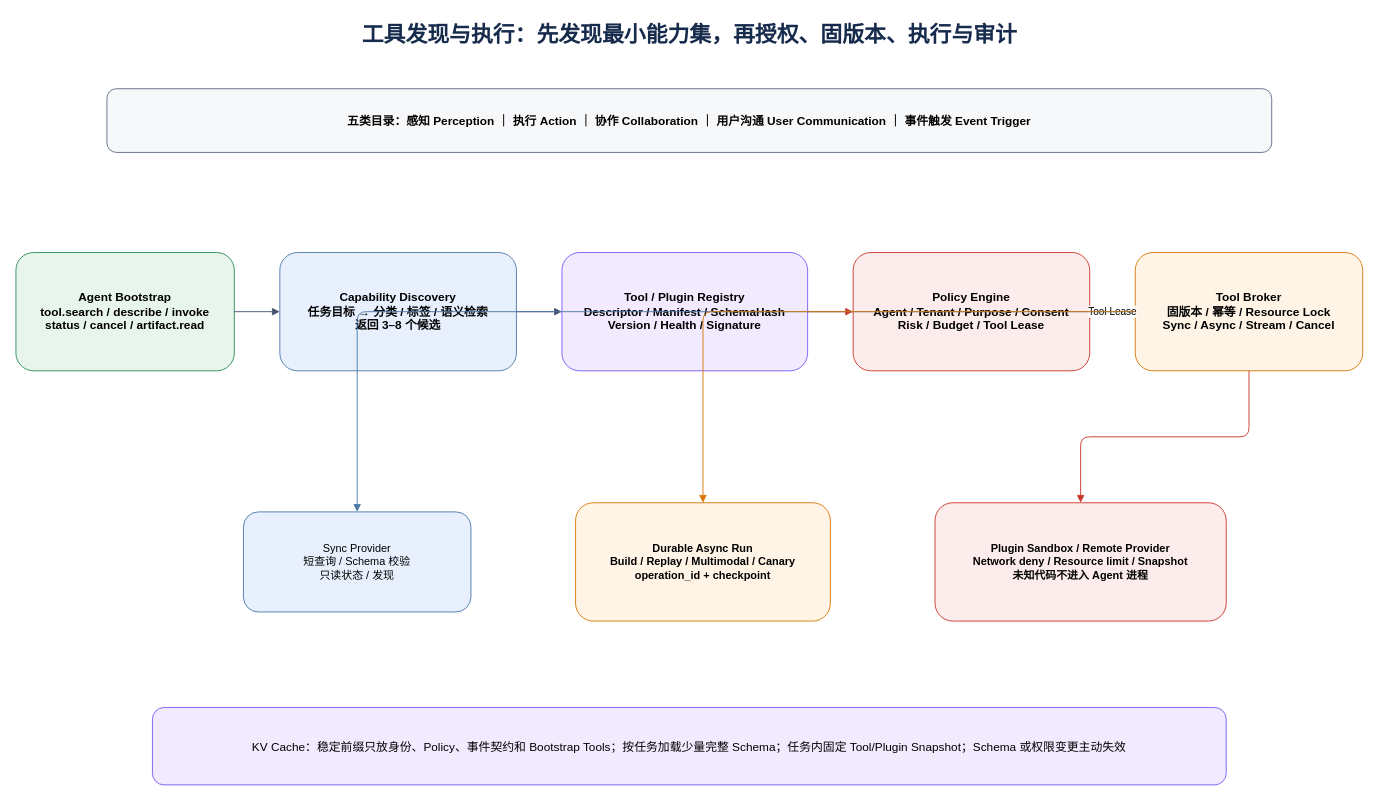
Qfish-417/Firefly keeps this draw.io diagram as page "05-工具与插件执行" (5 of 8) of FireFly-QuestLab-目标架构-v3.drawio. Above is the earlier version. Source tidied: cells renumbered, new cells numbered last; positions are measured from the earlier drawing's top-left corner, leaving out a move shared by most shapes. Both pictures are drawn from the tidied source at 91%, with x=0, y=0 at pixel (15, 15).
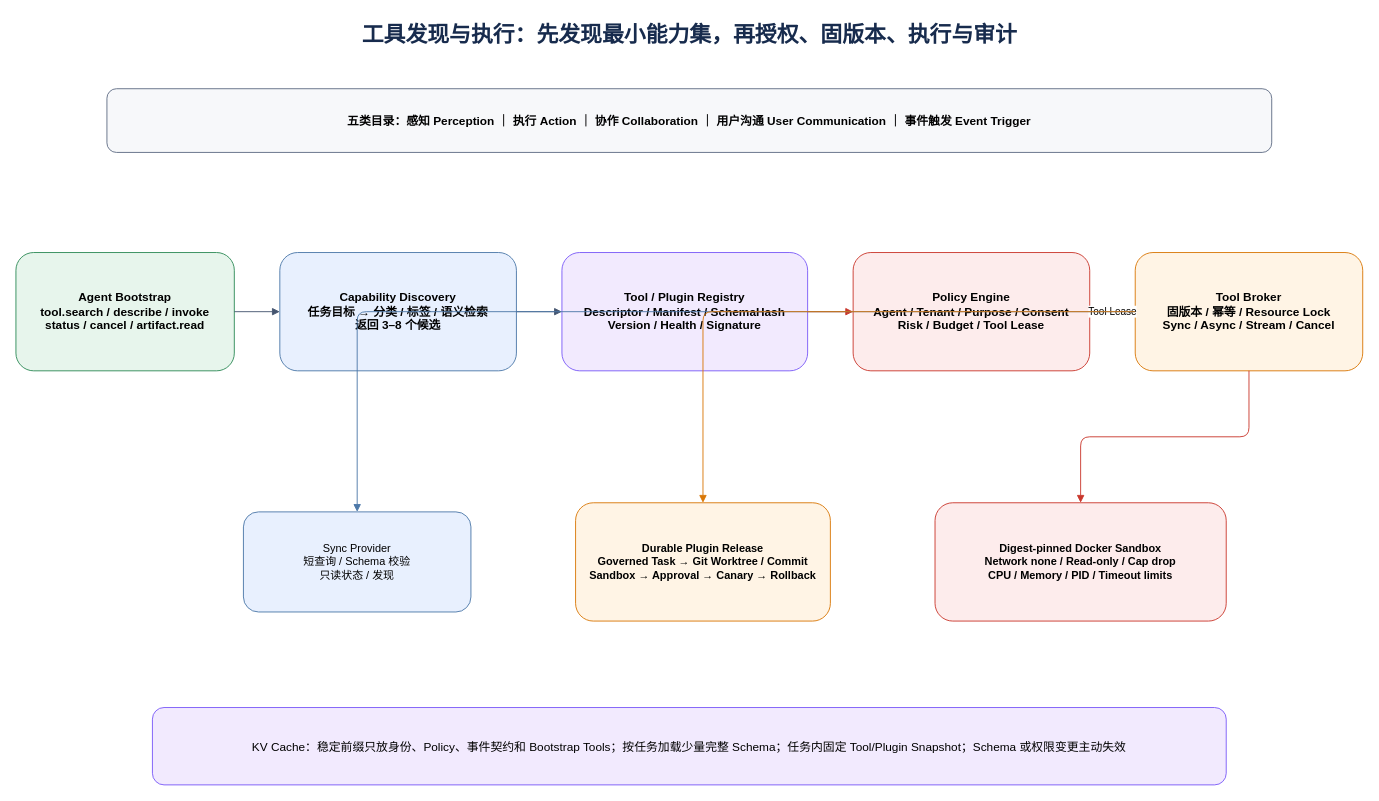
Above is the later version.

Diff of the diagram source:
```diff
@@
 <mxGraphModel>
   <root>
     <mxCell id="0" />
     <mxCell id="1" parent="0" />
     <mxCell id="2" value="工具发现与执行：先发现最小能力集，再授权、固版本、执行与审计" style="text;html=1;align=center;fontSize=24;fontStyle=1;fontColor=#172B4D;" parent="1" vertex="1">
       <mxGeometry x="150" width="1180" height="50" as="geometry" />
     </mxCell>
     <mxCell id="3" value="五类目录：感知 Perception ｜ 执行 Action ｜ 协作 Collaboration ｜ 用户沟通 User Communication ｜ 事件触发 Event Trigger" style="rounded=1;whiteSpace=wrap;html=1;fillColor=#F7F8FA;strokeColor=#5E6C84;fontSize=13;fontStyle=1;" parent="1" vertex="1">
       <mxGeometry x="100" y="80" width="1280" height="70" as="geometry" />
     </mxCell>
     <mxCell id="4" value="Agent Bootstrap&#10;tool.search / describe / invoke&#10;status / cancel / artifact.read" style="rounded=1;whiteSpace=wrap;html=1;fillColor=#E7F5EC;strokeColor=#2E8B57;fontSize=13;fontStyle=1;" parent="1" vertex="1">
       <mxGeometry y="260" width="240" height="130" as="geometry" />
     </mxCell>
     <mxCell id="5" value="Capability Discovery&#10;任务目标 → 分类 / 标签 / 语义检索&#10;返回 3–8 个候选" style="rounded=1;whiteSpace=wrap;html=1;fillColor=#E8F0FE;strokeColor=#4C78A8;fontSize=13;fontStyle=1;" parent="1" vertex="1">
       <mxGeometry x="290" y="260" width="260" height="130" as="geometry" />
     </mxCell>
     <mxCell id="6" value="Tool / Plugin Registry&#10;Descriptor / Manifest / SchemaHash&#10;Version / Health / Signature" style="rounded=1;whiteSpace=wrap;html=1;fillColor=#F2EAFE;strokeColor=#7A5AF8;fontSize=13;fontStyle=1;" parent="1" vertex="1">
       <mxGeometry x="600" y="260" width="270" height="130" as="geometry" />
     </mxCell>
     <mxCell id="7" value="Policy Engine&#10;Agent / Tenant / Purpose / Consent&#10;Risk / Budget / Tool Lease" style="rounded=1;whiteSpace=wrap;html=1;fillColor=#FDECEC;strokeColor=#C9372C;fontSize=13;fontStyle=1;" parent="1" vertex="1">
       <mxGeometry x="920" y="260" width="260" height="130" as="geometry" />
     </mxCell>
     <mxCell id="8" value="Tool Broker&#10;固版本 / 幂等 / Resource Lock&#10;Sync / Async / Stream / Cancel" style="rounded=1;whiteSpace=wrap;html=1;fillColor=#FFF4E5;strokeColor=#D97706;fontSize=13;fontStyle=1;" parent="1" vertex="1">
       <mxGeometry x="1230" y="260" width="250" height="130" as="geometry" />
     </mxCell>
     <mxCell id="9" value="Sync Provider&#10;短查询 / Schema 校验&#10;只读状态 / 发现" style="rounded=1;whiteSpace=wrap;html=1;fillColor=#E8F0FE;strokeColor=#4C78A8;fontSize=12;" parent="1" vertex="1">
       <mxGeometry x="250" y="545" width="250" height="110" as="geometry" />
     </mxCell>
-    <mxCell id="10" value="Durable Async Run&#10;Build / Replay / Multimodal / Canary&#10;operation_id + checkpoint" style="rounded=1;whiteSpace=wrap;html=1;fillColor=#FFF4E5;strokeColor=#D97706;fontSize=12;fontStyle=1;" parent="1" vertex="1">
+    <mxCell id="10" value="Durable Plugin Release&#10;Governed Task → Git Worktree / Commit&#10;Sandbox → Approval → Canary → Rollback" style="rounded=1;whiteSpace=wrap;html=1;fillColor=#FFF4E5;strokeColor=#D97706;fontSize=12;fontStyle=1;" parent="1" vertex="1">
       <mxGeometry x="615" y="535" width="280" height="130" as="geometry" />
     </mxCell>
-    <mxCell id="11" value="Plugin Sandbox / Remote Provider&#10;Network deny / Resource limit / Snapshot&#10;未知代码不进入 Agent 进程" style="rounded=1;whiteSpace=wrap;html=1;fillColor=#FDECEC;strokeColor=#C9372C;fontSize=12;fontStyle=1;" parent="1" vertex="1">
+    <mxCell id="11" value="Digest-pinned Docker Sandbox&#10;Network none / Read-only / Cap drop&#10;CPU / Memory / PID / Timeout limits" style="rounded=1;whiteSpace=wrap;html=1;fillColor=#FDECEC;strokeColor=#C9372C;fontSize=12;fontStyle=1;" parent="1" vertex="1">
       <mxGeometry x="1010" y="535" width="320" height="130" as="geometry" />
     </mxCell>
     <mxCell id="12" value="KV Cache：稳定前缀只放身份、Policy、事件契约和 Bootstrap Tools；按任务加载少量完整 Schema；任务内固定 Tool/Plugin Snapshot；Schema 或权限变更主动失效" style="rounded=1;whiteSpace=wrap;html=1;fillColor=#F2EAFE;strokeColor=#7A5AF8;fontSize=13;" parent="1" vertex="1">
       <mxGeometry x="150" y="760" width="1180" height="85" as="geometry" />
     </mxCell>
     <mxCell id="13" style="edgeStyle=orthogonalEdgeStyle;html=1;endArrow=block;strokeColor=#44546F;" parent="1" edge="1" source="4" target="5">
       <mxGeometry relative="1" as="geometry" />
     </mxCell>
     <mxCell id="14" style="edgeStyle=orthogonalEdgeStyle;html=1;endArrow=block;strokeColor=#44546F;" parent="1" edge="1" source="5" target="6">
       <mxGeometry relative="1" as="geometry" />
     </mxCell>
     <mxCell id="15" style="edgeStyle=orthogonalEdgeStyle;html=1;endArrow=block;strokeColor=#C9372C;" parent="1" edge="1" source="6" target="7">
       <mxGeometry relative="1" as="geometry" />
     </mxCell>
     <mxCell id="16" value="Tool Lease" style="edgeStyle=orthogonalEdgeStyle;html=1;endArrow=block;strokeColor=#D97706;" parent="1" edge="1" source="7" target="8">
       <mxGeometry relative="1" as="geometry" />
     </mxCell>
     <mxCell id="17" style="edgeStyle=orthogonalEdgeStyle;html=1;endArrow=block;strokeColor=#4C78A8;" parent="1" edge="1" source="8" target="9">
       <mxGeometry relative="1" as="geometry" />
     </mxCell>
     <mxCell id="18" style="edgeStyle=orthogonalEdgeStyle;html=1;endArrow=block;strokeColor=#D97706;" parent="1" edge="1" source="8" target="10">
       <mxGeometry relative="1" as="geometry" />
     </mxCell>
     <mxCell id="19" style="edgeStyle=orthogonalEdgeStyle;html=1;endArrow=block;strokeColor=#C9372C;" parent="1" edge="1" source="8" target="11">
       <mxGeometry relative="1" as="geometry" />
     </mxCell>
   </root>
 </mxGraphModel>
```
